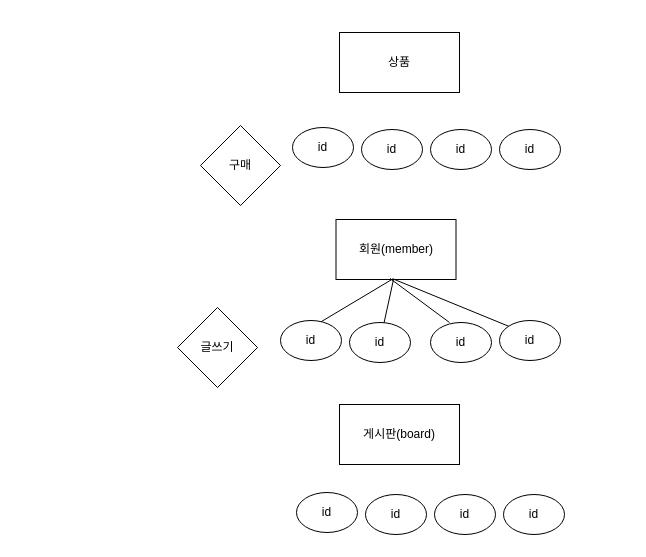
This is ERD.drawio from NAMSONGYOON/html5, a draw.io file, before an edit. Source tidied: cells renumbered, new cells numbered last; positions are measured from the earlier drawing's top-left corner, leaving out a move shared by most shapes. Both pictures are drawn from the tidied source at 100%, with x=0, y=0 at pixel (177, 32).
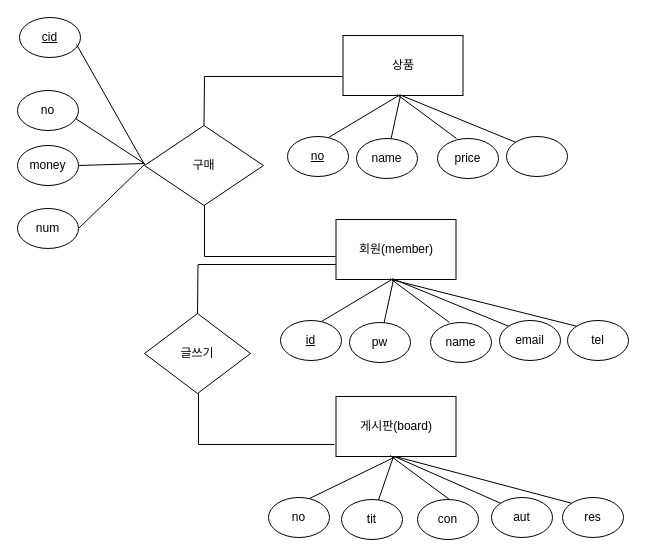
Above is the later version.

What changed in the source:
```diff
@@
-    <mxCell id="3" value="게시판(board)" style="rounded=0;whiteSpace=wrap;html=1;" parent="1" vertex="1">
-      <mxGeometry x="162" y="372" width="120" height="60" as="geometry" />
-    </mxCell>
-    <mxCell id="4" value="상품" style="rounded=0;whiteSpace=wrap;html=1;" parent="1" vertex="1">
-      <mxGeometry x="162" width="120" height="60" as="geometry" />
-    </mxCell>
     <mxCell id="5" value="글쓰기" style="rhombus;whiteSpace=wrap;html=1;" parent="1" vertex="1">
-      <mxGeometry y="275" width="80" height="80" as="geometry" />
+      <mxGeometry x="-33" y="281" width="106" height="80" as="geometry" />
     </mxCell>
     <mxCell id="6" value="구매" style="rhombus;whiteSpace=wrap;html=1;" parent="1" vertex="1">
-      <mxGeometry x="23" y="93" width="80" height="80" as="geometry" />
+      <mxGeometry x="-33" y="93" width="119" height="80" as="geometry" />
     </mxCell>
-    <mxCell id="7" value="id" style="ellipse;whiteSpace=wrap;html=1;" parent="1" vertex="1">
+    <mxCell id="7" value="&lt;u&gt;id&lt;/u&gt;" style="ellipse;whiteSpace=wrap;html=1;" parent="1" vertex="1">
       <mxGeometry x="103" y="288" width="61" height="40" as="geometry" />
     </mxCell>
-    <mxCell id="8" value="id" style="ellipse;whiteSpace=wrap;html=1;" parent="1" vertex="1">
+    <mxCell id="8" value="pw" style="ellipse;whiteSpace=wrap;html=1;" parent="1" vertex="1">
       <mxGeometry x="172" y="290" width="61" height="40" as="geometry" />
     </mxCell>
-    <mxCell id="9" value="id" style="ellipse;whiteSpace=wrap;html=1;" parent="1" vertex="1">
+    <mxCell id="9" value="name" style="ellipse;whiteSpace=wrap;html=1;" parent="1" vertex="1">
       <mxGeometry x="253" y="290" width="61" height="40" as="geometry" />
     </mxCell>
-    <mxCell id="10" value="id" style="ellipse;whiteSpace=wrap;html=1;" parent="1" vertex="1">
+    <mxCell id="10" value="email" style="ellipse;whiteSpace=wrap;html=1;" parent="1" vertex="1">
       <mxGeometry x="322" y="288" width="61" height="40" as="geometry" />
     </mxCell>
-    <mxCell id="11" value="id" style="ellipse;whiteSpace=wrap;html=1;" parent="1" vertex="1">
-      <mxGeometry x="115" y="95" width="61" height="40" as="geometry" />
-    </mxCell>
-    <mxCell id="12" value="id" style="ellipse;whiteSpace=wrap;html=1;" parent="1" vertex="1">
-      <mxGeometry x="184" y="97" width="61" height="40" as="geometry" />
-    </mxCell>
-    <mxCell id="13" value="id" style="ellipse;whiteSpace=wrap;html=1;" parent="1" vertex="1">
-      <mxGeometry x="253" y="97" width="61" height="40" as="geometry" />
-    </mxCell>
-    <mxCell id="14" value="id" style="ellipse;whiteSpace=wrap;html=1;" parent="1" vertex="1">
-      <mxGeometry x="322" y="97" width="61" height="40" as="geometry" />
-    </mxCell>
-    <mxCell id="15" value="id" style="ellipse;whiteSpace=wrap;html=1;" parent="1" vertex="1">
-      <mxGeometry x="119" y="460" width="61" height="40" as="geometry" />
-    </mxCell>
-    <mxCell id="16" value="id" style="ellipse;whiteSpace=wrap;html=1;" parent="1" vertex="1">
-      <mxGeometry x="188" y="462" width="61" height="40" as="geometry" />
-    </mxCell>
-    <mxCell id="17" value="id" style="ellipse;whiteSpace=wrap;html=1;" parent="1" vertex="1">
-      <mxGeometry x="257" y="462" width="61" height="40" as="geometry" />
-    </mxCell>
-    <mxCell id="18" value="id" style="ellipse;whiteSpace=wrap;html=1;" parent="1" vertex="1">
-      <mxGeometry x="326" y="462" width="61" height="40" as="geometry" />
-    </mxCell>
@@
+    <mxCell id="3" value="게시판(board)" style="rounded=0;whiteSpace=wrap;html=1;" parent="1" vertex="1">
+      <mxGeometry x="158.5" y="364" width="120" height="60" as="geometry" />
+    </mxCell>
+    <mxCell id="23" value="no" style="ellipse;whiteSpace=wrap;html=1;" parent="1" vertex="1">
+      <mxGeometry x="91" y="465" width="61" height="40" as="geometry" />
+    </mxCell>
+    <mxCell id="24" value="tit" style="ellipse;whiteSpace=wrap;html=1;" parent="1" vertex="1">
+      <mxGeometry x="164" y="467" width="61" height="40" as="geometry" />
+    </mxCell>
+    <mxCell id="25" value="con" style="ellipse;whiteSpace=wrap;html=1;" parent="1" vertex="1">
+      <mxGeometry x="240" y="467" width="61" height="40" as="geometry" />
+    </mxCell>
+    <mxCell id="26" value="aut" style="ellipse;whiteSpace=wrap;html=1;" parent="1" vertex="1">
+      <mxGeometry x="314" y="465" width="61" height="40" as="geometry" />
+    </mxCell>
+    <mxCell id="27" style="endArrow=none;html=1;rounded=0;exitX=0.672;exitY=0.025;exitDx=0;exitDy=0;exitPerimeter=0;entryX=0.5;entryY=1;entryDx=0;entryDy=0;" parent="1" edge="1" source="23" target="3">
+      <mxGeometry relative="1" as="geometry" />
+    </mxCell>
+    <mxCell id="28" style="endArrow=none;html=1;rounded=0;" parent="1" edge="1" source="24">
+      <mxGeometry relative="1" as="geometry">
+        <mxPoint x="216" y="424" as="targetPoint" />
+      </mxGeometry>
+    </mxCell>
+    <mxCell id="29" style="endArrow=none;html=1;rounded=0;entryX=0.45;entryY=0.983;entryDx=0;entryDy=0;entryPerimeter=0;" parent="1" edge="1" target="3">
+      <mxGeometry relative="1" as="geometry">
+        <mxPoint x="272" y="467" as="sourcePoint" />
+      </mxGeometry>
+    </mxCell>
+    <mxCell id="30" style="endArrow=none;html=1;rounded=0;exitX=0;exitY=0;exitDx=0;exitDy=0;" parent="1" edge="1" source="26">
+      <mxGeometry relative="1" as="geometry">
+        <mxPoint x="217" y="424" as="targetPoint" />
+      </mxGeometry>
+    </mxCell>
+    <mxCell id="4" value="상품" style="rounded=0;whiteSpace=wrap;html=1;" parent="1" vertex="1">
+      <mxGeometry x="165.5" y="3" width="120" height="60" as="geometry" />
+    </mxCell>
+    <mxCell id="31" value="&lt;u&gt;no&lt;/u&gt;" style="ellipse;whiteSpace=wrap;html=1;" parent="1" vertex="1">
+      <mxGeometry x="110" y="104" width="61" height="40" as="geometry" />
+    </mxCell>
+    <mxCell id="32" value="name" style="ellipse;whiteSpace=wrap;html=1;" parent="1" vertex="1">
+      <mxGeometry x="179" y="106" width="61" height="40" as="geometry" />
+    </mxCell>
+    <mxCell id="33" value="price" style="ellipse;whiteSpace=wrap;html=1;" parent="1" vertex="1">
+      <mxGeometry x="260" y="106" width="61" height="40" as="geometry" />
+    </mxCell>
+    <mxCell id="34" style="ellipse;whiteSpace=wrap;html=1;" parent="1" vertex="1">
+      <mxGeometry x="329" y="104" width="61" height="40" as="geometry" />
+    </mxCell>
+    <mxCell id="35" style="endArrow=none;html=1;rounded=0;exitX=0.672;exitY=0.025;exitDx=0;exitDy=0;exitPerimeter=0;" parent="1" edge="1" source="31">
+      <mxGeometry relative="1" as="geometry">
+        <mxPoint x="223" y="62" as="targetPoint" />
+      </mxGeometry>
+    </mxCell>
+    <mxCell id="36" style="endArrow=none;html=1;rounded=0;" parent="1" edge="1" source="32">
+      <mxGeometry relative="1" as="geometry">
+        <mxPoint x="223" y="63" as="targetPoint" />
+      </mxGeometry>
+    </mxCell>
+    <mxCell id="37" style="endArrow=none;html=1;rounded=0;entryX=0.45;entryY=0.983;entryDx=0;entryDy=0;entryPerimeter=0;" parent="1" edge="1" target="4">
+      <mxGeometry relative="1" as="geometry">
+        <mxPoint x="279" y="106" as="sourcePoint" />
+      </mxGeometry>
+    </mxCell>
+    <mxCell id="38" style="endArrow=none;html=1;rounded=0;exitX=0;exitY=0;exitDx=0;exitDy=0;" parent="1" edge="1" source="34">
+      <mxGeometry relative="1" as="geometry">
+        <mxPoint x="224" y="63" as="targetPoint" />
+      </mxGeometry>
+    </mxCell>
+    <mxCell id="39" value="tel" style="ellipse;whiteSpace=wrap;html=1;" parent="1" vertex="1">
+      <mxGeometry x="390" y="288" width="61" height="40" as="geometry" />
+    </mxCell>
+    <mxCell id="40" value="res" style="ellipse;whiteSpace=wrap;html=1;" parent="1" vertex="1">
+      <mxGeometry x="385" y="465" width="61" height="40" as="geometry" />
+    </mxCell>
+    <mxCell id="41" style="endArrow=none;html=1;rounded=0;exitX=0;exitY=0;exitDx=0;exitDy=0;" parent="1" edge="1" source="39">
+      <mxGeometry relative="1" as="geometry">
+        <mxPoint x="213.4" y="247" as="targetPoint" />
+      </mxGeometry>
+    </mxCell>
+    <mxCell id="42" style="endArrow=none;html=1;rounded=0;exitX=0;exitY=0;exitDx=0;exitDy=0;" parent="1" edge="1" source="40">
+      <mxGeometry relative="1" as="geometry">
+        <mxPoint x="218" y="424" as="targetPoint" />
+      </mxGeometry>
+    </mxCell>
+    <mxCell id="43" style="endArrow=none;html=1;rounded=0;" parent="1" edge="1">
+      <mxGeometry relative="1" as="geometry">
+        <mxPoint x="158" y="224" as="sourcePoint" />
+        <mxPoint x="27" y="173" as="targetPoint" />
+        <Array as="points">
+          <mxPoint x="27" y="224" />
+        </Array>
+      </mxGeometry>
+    </mxCell>
+    <mxCell id="44" style="endArrow=none;html=1;rounded=0;exitX=0.5;exitY=0;exitDx=0;exitDy=0;" parent="1" edge="1" source="6">
+      <mxGeometry relative="1" as="geometry">
+        <mxPoint x="165" y="44" as="targetPoint" />
+        <Array as="points">
+          <mxPoint x="27" y="44" />
+        </Array>
+      </mxGeometry>
+    </mxCell>
+    <mxCell id="45" style="endArrow=none;html=1;rounded=0;exitX=0.5;exitY=0;exitDx=0;exitDy=0;" parent="1" edge="1">
+      <mxGeometry relative="1" as="geometry">
+        <mxPoint x="20" y="281" as="sourcePoint" />
+        <mxPoint x="158.5" y="232" as="targetPoint" />
+        <Array as="points">
+          <mxPoint x="20.5" y="232" />
+        </Array>
+      </mxGeometry>
+    </mxCell>
+    <mxCell id="46" style="endArrow=none;html=1;rounded=0;" parent="1" edge="1">
+      <mxGeometry relative="1" as="geometry">
+        <mxPoint x="157" y="412" as="sourcePoint" />
+        <mxPoint x="21" y="361" as="targetPoint" />
+        <Array as="points">
+          <mxPoint x="21" y="412" />
+        </Array>
+      </mxGeometry>
+    </mxCell>
+    <mxCell id="47" value="no" style="ellipse;whiteSpace=wrap;html=1;" parent="1" vertex="1">
+      <mxGeometry x="-160" y="58" width="61" height="40" as="geometry" />
+    </mxCell>
+    <mxCell id="48" value="money" style="ellipse;whiteSpace=wrap;html=1;" parent="1" vertex="1">
+      <mxGeometry x="-160" y="113" width="61" height="40" as="geometry" />
+    </mxCell>
+    <mxCell id="49" value="num" style="ellipse;whiteSpace=wrap;html=1;" parent="1" vertex="1">
+      <mxGeometry x="-160" y="176" width="61" height="40" as="geometry" />
+    </mxCell>
+    <mxCell id="50" value="&lt;u&gt;cid&lt;/u&gt;" style="ellipse;whiteSpace=wrap;html=1;" parent="1" vertex="1">
+      <mxGeometry x="-158" y="-15" width="61" height="40" as="geometry" />
+    </mxCell>
+    <mxCell id="51" style="endArrow=none;html=1;rounded=0;" parent="1" edge="1">
+      <mxGeometry relative="1" as="geometry">
+        <mxPoint x="-33" y="132" as="sourcePoint" />
+        <mxPoint x="-101" y="12" as="targetPoint" />
+      </mxGeometry>
+    </mxCell>
+    <mxCell id="52" style="endArrow=none;html=1;rounded=0;exitX=0.951;exitY=0.7;exitDx=0;exitDy=0;exitPerimeter=0;" parent="1" edge="1" source="47">
+      <mxGeometry relative="1" as="geometry">
+        <mxPoint x="-33" y="131" as="targetPoint" />
+      </mxGeometry>
+    </mxCell>
+    <mxCell id="53" style="endArrow=none;html=1;rounded=0;exitX=1;exitY=0.5;exitDx=0;exitDy=0;" parent="1" edge="1" source="48">
+      <mxGeometry relative="1" as="geometry">
+        <mxPoint x="-33" y="131" as="targetPoint" />
+      </mxGeometry>
+    </mxCell>
+    <mxCell id="54" style="endArrow=none;html=1;rounded=0;exitX=1;exitY=0.5;exitDx=0;exitDy=0;" parent="1" edge="1" source="49">
+      <mxGeometry relative="1" as="geometry">
+        <mxPoint x="-33" y="132" as="targetPoint" />
+      </mxGeometry>
+    </mxCell>
```
